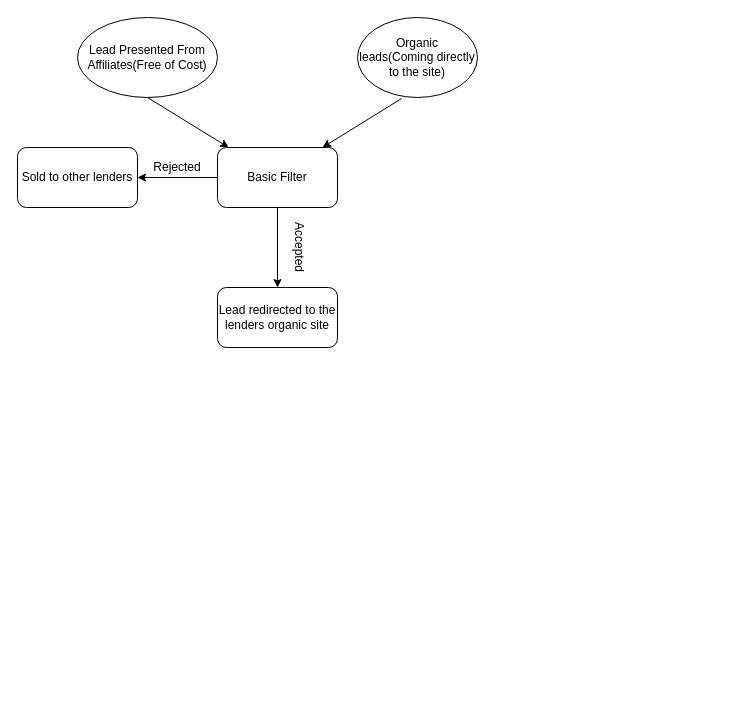
The draw.io diagram Untitled Diagram.drawio in vishal-subedi/test, before the edit. Source tidied: cells renumbered, new cells numbered last; positions are measured from the earlier drawing's top-left corner, leaving out a move shared by most shapes. Both pictures are drawn from the tidied source at 100%, with x=0, y=0 at pixel (17, 17).
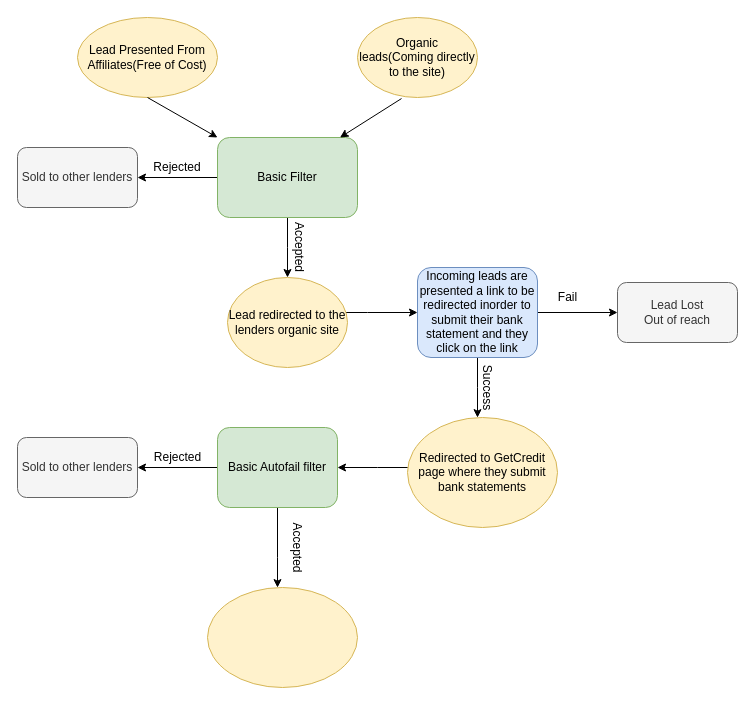
After the change.

The edit, as a diff of the source:
```diff
@@
-    <mxCell id="2" value="Lead Presented From Affiliates(Free of Cost)" style="ellipse;whiteSpace=wrap;html=1;" parent="1" vertex="1">
+    <mxCell id="2" value="Lead Presented From Affiliates(Free of Cost)" style="ellipse;whiteSpace=wrap;html=1;fillColor=#fff2cc;strokeColor=#d6b656;" parent="1" vertex="1">
       <mxGeometry x="60" width="140" height="80" as="geometry" />
     </mxCell>
@@
-    <mxCell id="5" style="edgeStyle=orthogonalEdgeStyle;rounded=0;jettySize=auto;html=1;" parent="1" edge="1" source="6" target="11">
-      <mxGeometry relative="1" as="geometry" />
+    <mxCell id="5" style="edgeStyle=orthogonalEdgeStyle;rounded=0;jettySize=auto;html=1;" parent="1" edge="1" source="6">
+      <mxGeometry relative="1" as="geometry">
+        <mxPoint x="270" y="260" as="targetPoint" />
+      </mxGeometry>
     </mxCell>
-    <mxCell id="6" value="Basic Filter" style="rounded=1;whiteSpace=wrap;html=1;" parent="1" vertex="1">
-      <mxGeometry x="200" y="130" width="120" height="60" as="geometry" />
+    <mxCell id="6" value="Basic Filter" style="rounded=1;whiteSpace=wrap;html=1;fillColor=#d5e8d4;strokeColor=#82b366;" parent="1" vertex="1">
+      <mxGeometry x="200" y="120" width="140" height="80" as="geometry" />
     </mxCell>
-    <mxCell id="7" value="Organic leads(Coming directly to the site)" style="ellipse;whiteSpace=wrap;html=1;" parent="1" vertex="1">
+    <mxCell id="7" value="Organic leads(Coming directly to the site)" style="ellipse;whiteSpace=wrap;html=1;fillColor=#fff2cc;strokeColor=#d6b656;" parent="1" vertex="1">
       <mxGeometry x="340" width="120" height="80" as="geometry" />
     </mxCell>
@@
-    <mxCell id="9" value="Sold to other lenders" style="whiteSpace=wrap;html=1;rounded=1;" parent="1" vertex="1">
+    <mxCell id="9" value="Sold to other lenders" style="whiteSpace=wrap;html=1;rounded=1;fillColor=#f5f5f5;strokeColor=#666666;fontColor=#333333;" parent="1" vertex="1">
       <mxGeometry y="130" width="120" height="60" as="geometry" />
     </mxCell>
@@
+    <mxCell id="12" value="&lt;div&gt;Accepted&lt;/div&gt;&lt;div&gt;&lt;br&gt;&lt;/div&gt;" style="text;html=1;strokeColor=none;fillColor=none;align=center;verticalAlign=middle;whiteSpace=wrap;rounded=0;rotation=90;" parent="1" vertex="1">
+      <mxGeometry x="255" y="220" width="40" height="20" as="geometry" />
+    </mxCell>
+    <mxCell id="13" style="edgeStyle=orthogonalEdgeStyle;rounded=0;jettySize=auto;html=1;" parent="1" edge="1" source="15" target="18">
+      <mxGeometry relative="1" as="geometry">
+        <Array as="points">
+          <mxPoint x="460" y="370" />
+          <mxPoint x="460" y="370" />
+        </Array>
+      </mxGeometry>
+    </mxCell>
+    <mxCell id="14" style="edgeStyle=orthogonalEdgeStyle;rounded=0;jettySize=auto;html=1;" parent="1" edge="1" source="15" target="26">
+      <mxGeometry relative="1" as="geometry" />
+    </mxCell>
+    <mxCell id="15" value="Incoming leads are presented a link to be redirected inorder to submit their bank statement and they click on the link" style="whiteSpace=wrap;html=1;rounded=1;fillColor=#dae8fc;strokeColor=#6c8ebf;" parent="1" vertex="1">
+      <mxGeometry x="400" y="250" width="120" height="90" as="geometry" />
+    </mxCell>
+    <mxCell id="16" style="edgeStyle=orthogonalEdgeStyle;rounded=0;jettySize=auto;html=1;" parent="1" edge="1" source="11" target="15">
+      <mxGeometry relative="1" as="geometry">
+        <Array as="points">
+          <mxPoint x="350" y="295" />
+          <mxPoint x="350" y="295" />
+        </Array>
+      </mxGeometry>
+    </mxCell>
-    <mxCell id="11" value="Lead redirected to the lenders organic site" style="rounded=1;whiteSpace=wrap;html=1;direction=west;" parent="1" vertex="1">
-      <mxGeometry x="200" y="270" width="120" height="60" as="geometry" />
+    <mxCell id="11" value="Lead redirected to the lenders organic site" style="ellipse;whiteSpace=wrap;html=1;fillColor=#fff2cc;strokeColor=#d6b656;" parent="1" vertex="1">
+      <mxGeometry x="210" y="260" width="120" height="90" as="geometry" />
     </mxCell>
-    <mxCell id="12" value="&lt;div&gt;Accepted&lt;/div&gt;&lt;div&gt;&lt;br&gt;&lt;/div&gt;" style="text;html=1;strokeColor=none;fillColor=none;align=center;verticalAlign=middle;whiteSpace=wrap;rounded=0;rotation=90;" parent="1" vertex="1">
-      <mxGeometry x="255" y="220" width="40" height="20" as="geometry" />
-    </mxCell>
+    <mxCell id="17" style="edgeStyle=orthogonalEdgeStyle;rounded=0;jettySize=auto;html=1;" parent="1" edge="1" source="18" target="21">
+      <mxGeometry relative="1" as="geometry">
+        <Array as="points">
+          <mxPoint x="360" y="450" />
+          <mxPoint x="360" y="450" />
+        </Array>
+      </mxGeometry>
+    </mxCell>
+    <mxCell id="18" value="Redirected to GetCredit page where they submit bank statements" style="ellipse;whiteSpace=wrap;html=1;rounded=1;strokeColor=#d6b656;fillColor=#fff2cc;" parent="1" vertex="1">
+      <mxGeometry x="390" y="400" width="150" height="110" as="geometry" />
+    </mxCell>
+    <mxCell id="19" style="edgeStyle=orthogonalEdgeStyle;rounded=0;jettySize=auto;html=1;" parent="1" edge="1" source="21" target="23">
+      <mxGeometry relative="1" as="geometry" />
+    </mxCell>
+    <mxCell id="20" style="edgeStyle=orthogonalEdgeStyle;rounded=0;jettySize=auto;html=1;" parent="1" edge="1" source="21" target="22">
+      <mxGeometry relative="1" as="geometry">
+        <Array as="points">
+          <mxPoint x="260" y="540" />
+          <mxPoint x="260" y="540" />
+        </Array>
+      </mxGeometry>
+    </mxCell>
+    <mxCell id="21" value="Basic Autofail filter" style="whiteSpace=wrap;html=1;rounded=1;strokeColor=#82b366;fillColor=#d5e8d4;" parent="1" vertex="1">
+      <mxGeometry x="200" y="410" width="120" height="80" as="geometry" />
+    </mxCell>
+    <mxCell id="22" style="ellipse;whiteSpace=wrap;html=1;rounded=1;strokeColor=#d6b656;fillColor=#fff2cc;" parent="1" vertex="1">
+      <mxGeometry x="190" y="570" width="150" height="100" as="geometry" />
+    </mxCell>
+    <mxCell id="23" value="Sold to other lenders" style="rounded=1;whiteSpace=wrap;html=1;fillColor=#f5f5f5;strokeColor=#666666;fontColor=#333333;" parent="1" vertex="1">
+      <mxGeometry y="420" width="120" height="60" as="geometry" />
+    </mxCell>
+    <mxCell id="24" value="Rejected" style="text;html=1;align=center;verticalAlign=middle;" parent="1" vertex="1">
+      <mxGeometry x="130" y="430" width="60" height="20" as="geometry" />
+    </mxCell>
+    <mxCell id="25" value="Success" style="text;html=1;align=center;verticalAlign=middle;rotation=90;" parent="1" vertex="1">
+      <mxGeometry x="440" y="360" width="60" height="20" as="geometry" />
+    </mxCell>
+    <mxCell id="26" value="&lt;div&gt;Lead Lost&lt;/div&gt;&lt;div&gt;Out of reach&lt;br&gt;&lt;/div&gt;" style="whiteSpace=wrap;html=1;rounded=1;strokeColor=#666666;fillColor=#f5f5f5;fontColor=#333333;" parent="1" vertex="1">
+      <mxGeometry x="600" y="265" width="120" height="60" as="geometry" />
+    </mxCell>
+    <mxCell id="27" value="Fail" style="text;html=1;align=center;verticalAlign=middle;" parent="1" vertex="1">
+      <mxGeometry x="530" y="270" width="40" height="20" as="geometry" />
+    </mxCell>
+    <mxCell id="28" value="Accepted" style="text;html=1;align=center;verticalAlign=middle;rotation=90;" parent="1" vertex="1">
+      <mxGeometry x="245" y="520" width="70" height="20" as="geometry" />
+    </mxCell>
```
